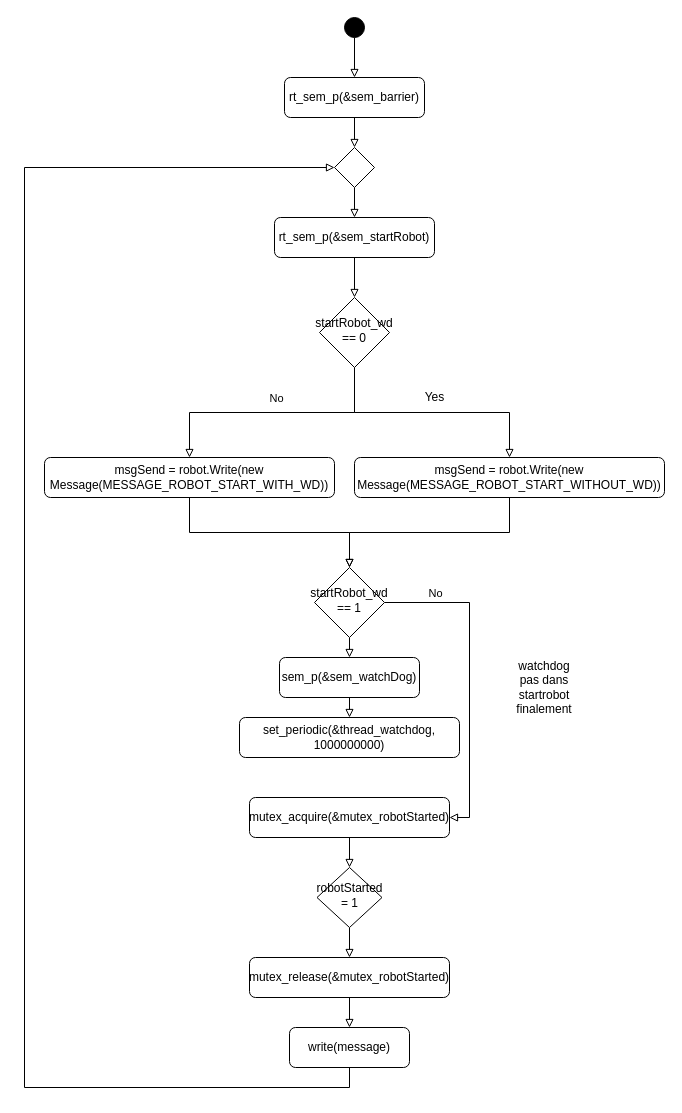
Rayanem/Temps_reel keeps this draw.io diagram as Conception/Thread startRobot.drawio. Above is the earlier version. Source tidied: cells renumbered, new cells numbered last; positions are measured from the earlier drawing's top-left corner, leaving out a move shared by most shapes. Both pictures are drawn from the tidied source at 100%, with x=0, y=0 at pixel (24, 17).
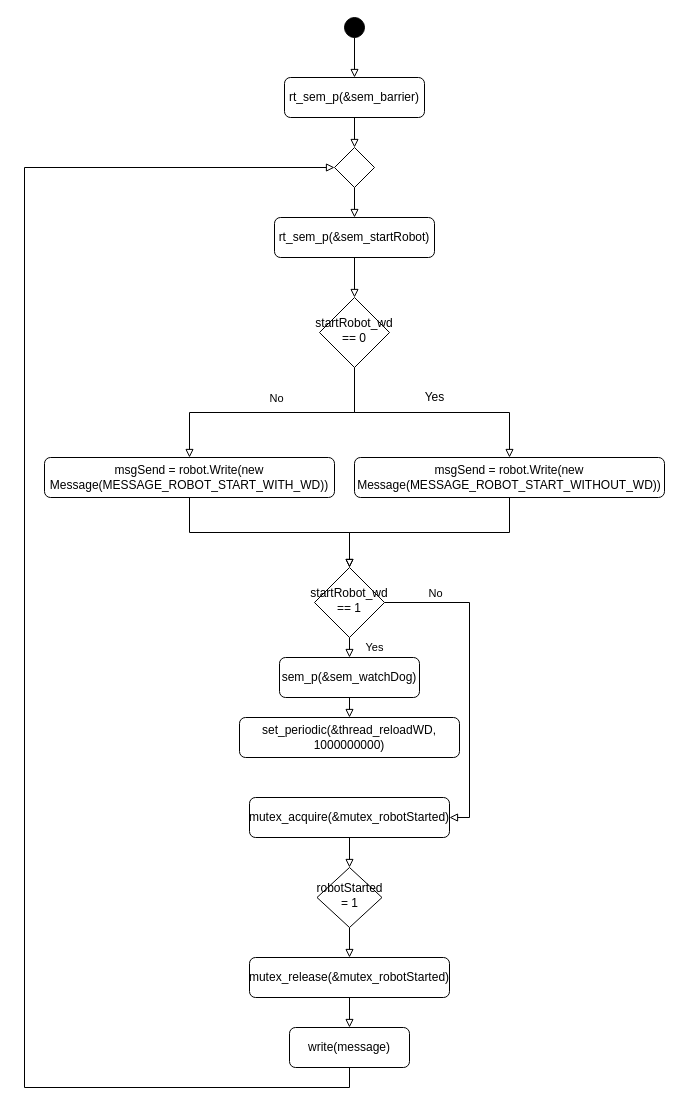
After the change.

Unchanged cells that the change refers to:
```xml
<mxCell id="22" value="startRobot_wd == 1" style="rhombus;whiteSpace=wrap;html=1;shadow=0;fontFamily=Helvetica;fontSize=12;align=center;strokeWidth=1;spacing=6;spacingTop=-4;" parent="1" vertex="1">
  <mxGeometry x="290" y="550" width="70" height="70" as="geometry" />
</mxCell>
<mxCell id="32" value="sem_p(&amp;amp;sem_watchDog)" style="rounded=1;whiteSpace=wrap;html=1;fontSize=12;glass=0;strokeWidth=1;shadow=0;" parent="1" vertex="1">
  <mxGeometry x="255" y="640" width="140" height="40" as="geometry" />
</mxCell>
```

What changed in the source:
```diff
@@
-    <mxCell id="21" style="edgeStyle=orthogonalEdgeStyle;rounded=0;jettySize=auto;html=1;exitX=0.5;exitY=1;exitDx=0;exitDy=0;entryX=0.5;entryY=0;entryDx=0;entryDy=0;endArrow=block;endFill=0;" parent="1" edge="1" source="22" target="32">
-      <mxGeometry relative="1" as="geometry" />
+    <mxCell id="21" value="Yes" style="edgeStyle=orthogonalEdgeStyle;rounded=0;jettySize=auto;html=1;exitX=0.5;exitY=1;exitDx=0;exitDy=0;entryX=0.5;entryY=0;entryDx=0;entryDy=0;endArrow=block;endFill=0;" parent="1" edge="1" source="22" target="32">
+      <mxGeometry y="25" relative="1" as="geometry" />
     </mxCell>
@@
-    <mxCell id="33" value="set_periodic(&amp;amp;thread_watchdog, 1000000000)" style="rounded=1;whiteSpace=wrap;html=1;fontSize=12;glass=0;strokeWidth=1;shadow=0;" parent="1" vertex="1">
+    <mxCell id="33" value="set_periodic(&amp;amp;thread_reloadWD, 1000000000)" style="rounded=1;whiteSpace=wrap;html=1;fontSize=12;glass=0;strokeWidth=1;shadow=0;" parent="1" vertex="1">
       <mxGeometry x="215" y="700" width="220" height="40" as="geometry" />
     </mxCell>
-    <mxCell id="34" value="watchdog pas dans startrobot finalement" style="text;html=1;strokeColor=none;fillColor=none;align=center;verticalAlign=middle;whiteSpace=wrap;rounded=0;" parent="1" vertex="1">
-      <mxGeometry x="500" y="660" width="40" height="20" as="geometry" />
-    </mxCell>
```
